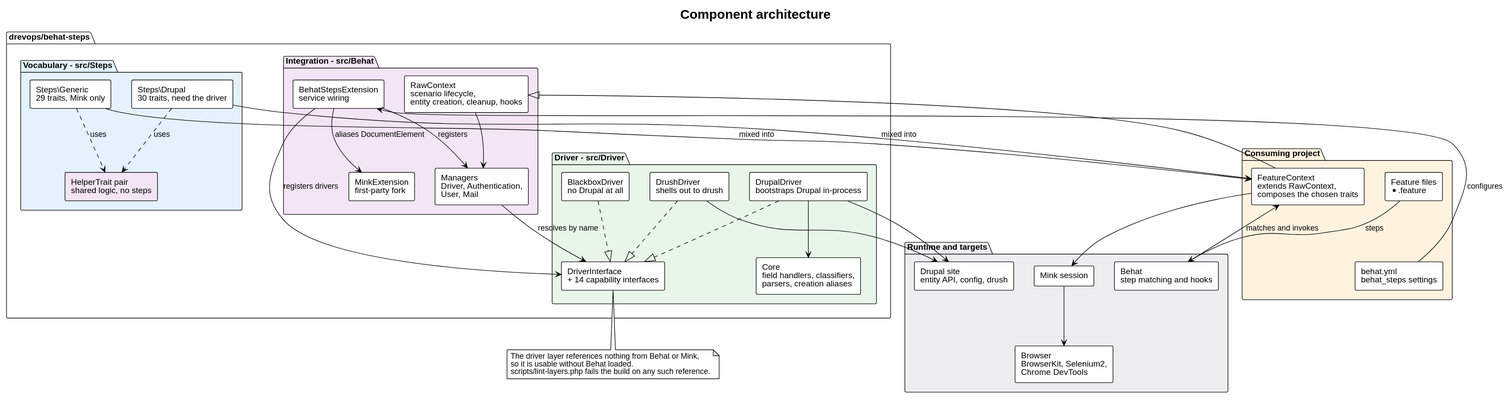
Before: docs/architecture/architecture.svg, a diagram exported from PlantUML (drevops/behat-steps).
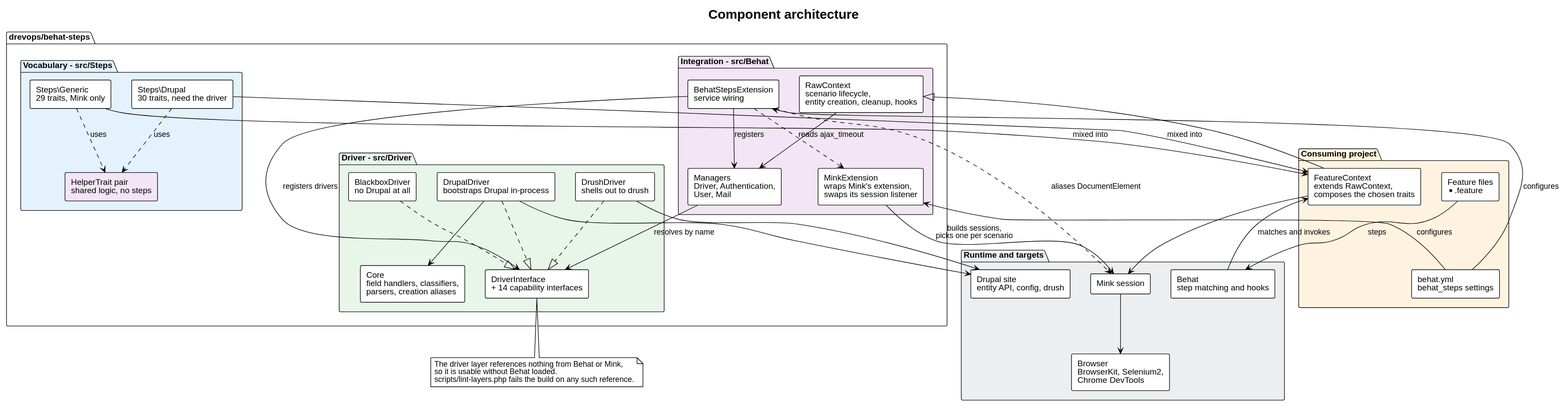
The same diagram one commit later.

Commit message:
Updated the architecture walkthrough for the CI matrix, the wrapped Mink extension and 'Tag'.

What changed in the source:
```diff
@@ -24,7 +24,7 @@
     component "BehatStepsExtension\nservice wiring" as Ext
     component "RawContext\nscenario lifecycle,\nentity creation, cleanup, hooks" as RawCtx
     component "Managers\nDriver, Authentication,\nUser, Mail" as Managers
-    component "MinkExtension\nfirst-party fork" as MinkExt
+    component "MinkExtension\nwraps Mink's extension,\nswaps its session listener" as MinkExt
   }
 
   package "Driver - src/Driver" #E8F5E9 {
@@ -45,6 +45,7 @@
 
 Features --> Behat : steps
 Config --> Ext : configures
+Config --> MinkExt : configures
 Behat --> Consumer : matches and invokes
 
 Generic --> Consumer : mixed into
@@ -55,7 +56,8 @@
 Consumer --|> RawCtx
 Ext --> Managers : registers
 Ext --> DriverIface : registers drivers
-Ext --> MinkExt : aliases DocumentElement
+Ext ..> MinkExt : reads ajax_timeout
+Ext ..> Mink : aliases DocumentElement
 RawCtx --> Managers
 
 Managers --> DriverIface : resolves by name
@@ -64,6 +66,7 @@
 BlackboxDrv ..|> DriverIface
 DrupalDrv --> Core
 
+MinkExt --> Mink : builds sessions,\npicks one per scenario
 Consumer --> Mink
 Mink --> Browser
 DrupalDrv --> Site
```
